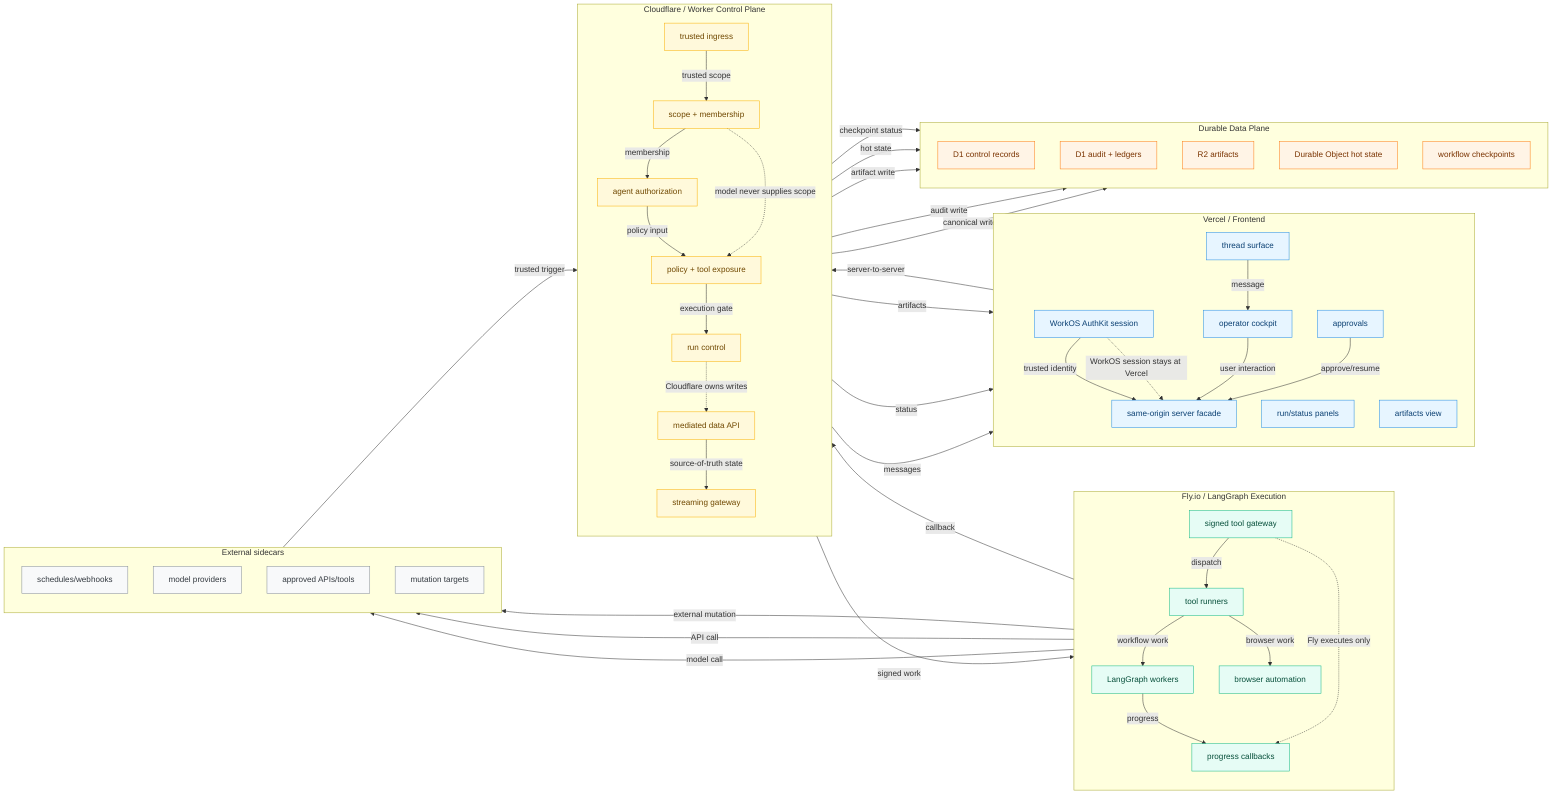
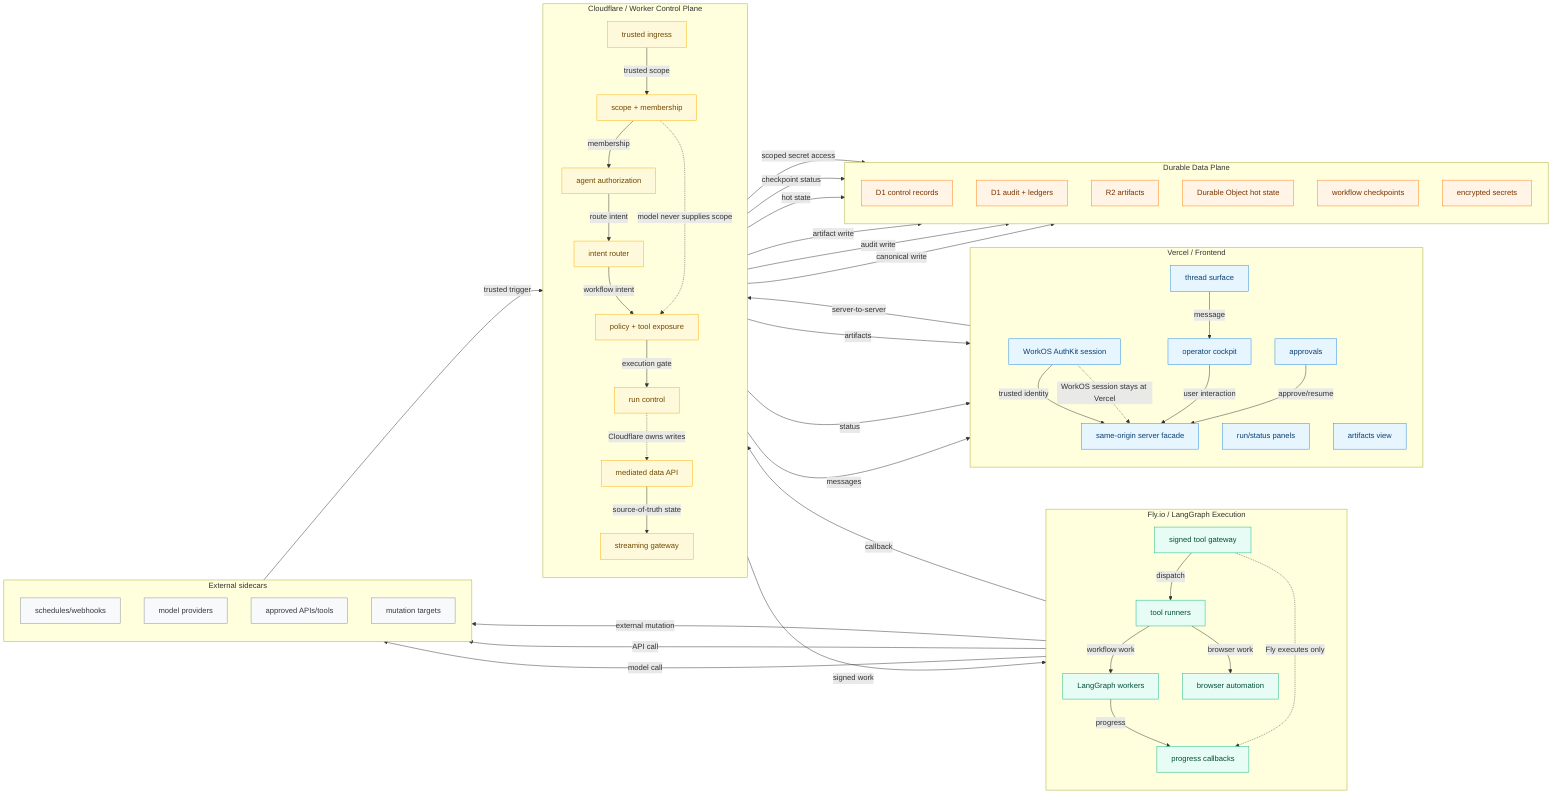
flowchart LR
  %% Assistant-mk1 north-star production topology.
  %% Four-pillar source for paste-into-Excalidraw rendering.

  classDef vercel fill:#e7f5ff,stroke:#228be6,color:#0b4073
  classDef cloudflare fill:#fff9db,stroke:#fab005,color:#704800
  classDef fly fill:#e6fcf5,stroke:#12b886,color:#064f3a
  classDef data fill:#fff4e6,stroke:#fd7e14,color:#7a3300
  classDef sidecar fill:#f8f9fa,stroke:#868e96,color:#343a40
  classDef invariant fill:#edf2ff,stroke:#868e96,color:#343a40

  subgraph sg_vercel["Vercel / Frontend"]
    direction TB
    authKit["WorkOS AuthKit session"]
    cockpit["operator cockpit"]
    serverFacade["same-origin server facade"]
    thread["thread surface"]
    approvals["approvals"]
    status["run/status panels"]
    artifactsUi["artifacts view"]
  end

  subgraph sg_cf["Cloudflare / Worker Control Plane"]
    direction TB
    ingress["trusted ingress"]
    scope["scope + membership"]
    agentAuth["agent authorization"]
+     intentRouter["intent router"]
    policy["policy + tool exposure"]
    runControl["run control"]
    stream["streaming gateway"]
    dataApi["mediated data API"]
  end

  subgraph sg_fly["Fly.io / LangGraph Execution"]
    direction TB
    signedGateway["signed tool gateway"]
    runners["tool runners"]
    browserAuto["browser automation"]
    langgraphWorkers["LangGraph workers"]
    progress["progress callbacks"]
  end

  subgraph sg_data["Durable Data Plane"]
    direction TB
    d1Control["D1 control records"]
    d1Audit["D1 audit + ledgers"]
    r2["R2 artifacts"]
    durableObject["Durable Object hot state"]
    workflowState["workflow checkpoints"]
+     secrets["encrypted secrets"]
  end

  subgraph sg_sidecar["External sidecars"]
    direction TB
    schedules["schedules/webhooks"]
    models["model providers"]
    approvedApis["approved APIs/tools"]
    mutationTargets["mutation targets"]
  end

  cockpit -- "user interaction" --> serverFacade
  authKit -- "trusted identity" --> serverFacade
  serverFacade -- "server-to-server" --> ingress
  thread -- "message" --> cockpit
  approvals -- "approve/resume" --> serverFacade
  schedules -- "trusted trigger" --> ingress

  ingress -- "trusted scope" --> scope
  scope -- "membership" --> agentAuth
-   agentAuth -- "policy input" --> policy
+   agentAuth -- "route intent" --> intentRouter
+   intentRouter -- "workflow intent" --> policy
  policy -- "execution gate" --> runControl
  runControl -- "signed work" --> signedGateway

  signedGateway -- "dispatch" --> runners
  runners -- "workflow work" --> langgraphWorkers
  runners -- "browser work" --> browserAuto
  langgraphWorkers -- "progress" --> progress
  progress -- "callback" --> dataApi

  langgraphWorkers -- "model call" --> models
  runners -- "API call" --> approvedApis
  browserAuto -- "external mutation" --> mutationTargets

  dataApi -- "canonical write" --> d1Control
  dataApi -- "audit write" --> d1Audit
  dataApi -- "artifact write" --> r2
  dataApi -- "hot state" --> durableObject
  dataApi -- "checkpoint status" --> workflowState
+   dataApi -- "scoped secret access" --> secrets
  dataApi -- "source-of-truth state" --> stream

  stream -- "messages" --> thread
  stream -- "status" --> status
  stream -- "artifacts" --> artifactsUi

  authKit -. "WorkOS session stays at Vercel" .-> serverFacade
  scope -. "model never supplies scope" .-> policy
  runControl -. "Cloudflare owns writes" .-> dataApi
  signedGateway -. "Fly executes only" .-> progress

  class authKit,cockpit,serverFacade,thread,approvals,status,artifactsUi vercel
-   class ingress,scope,agentAuth,policy,runControl,stream,dataApi cloudflare
+   class ingress,scope,agentAuth,intentRouter,policy,runControl,stream,dataApi cloudflare
  class signedGateway,runners,browserAuto,langgraphWorkers,progress fly
-   class d1Control,d1Audit,r2,durableObject,workflowState data
+   class d1Control,d1Audit,r2,durableObject,workflowState,secrets data
  class schedules,models,approvedApis,mutationTargets sidecar
